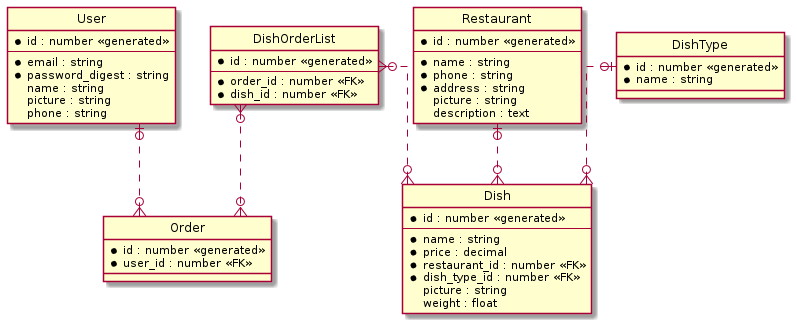
The PlantUML diagram diagrams/database.png in bozhenaboichuk/Lunch, before a commit. Source of this version:
```plantuml
@startuml

hide circle

skinparam linetype ortho

entity User {
	* id : number <<generated>>
	--
	* email : string
	* password_digest : string
	name : string
	picture : string
	phone : string
}

entity Restaurant {
	* id : number <<generated>>
	--
	* name : string
	* phone : string
	* address : string
	picture : string
	description : text
}

entity Dish {
	* id : number <<generated>>
	--
	* name : string
	* price : decimal
	* restaurant_id : number <<FK>>
	* dish_type_id : number <<FK>>
	picture : string
	weight : float
}

entity DishType {
	* id : number <<generated>>
	* name : string
}

entity Order {
	* id : number <<generated>>
	* user_id : number <<FK>>
}

entity DishOrderList {
	* id : number <<generated>>
	--
	* order_id : number <<FK>>
	* dish_id : number <<FK>>
}

Restaurant |o..o{ Dish
DishType |o..o{ Dish
User |o..o{ Order
DishOrderList }o..o{ Order
DishOrderList }o..o{ Dish

@enduml
```
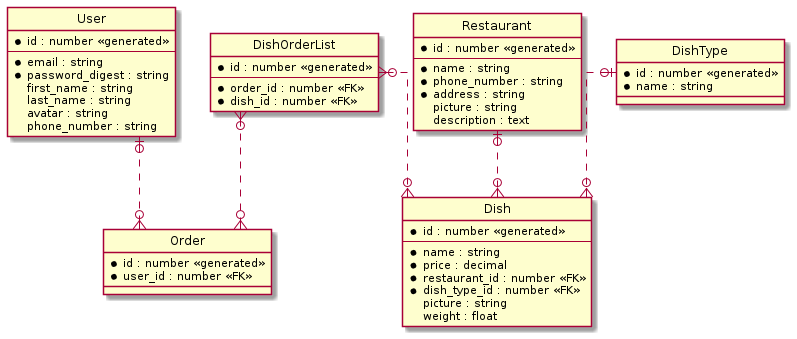
Later version of the same file.

Commit message:
update database diagram

The edit, as a diff of the source:
```diff
@@ -9,16 +9,17 @@
 	--
 	* email : string
 	* password_digest : string
-	name : string
-	picture : string
-	phone : string
+	first_name : string
+	last_name : string
+	avatar : string
+	phone_number : string
 }
 
 entity Restaurant {
 	* id : number <<generated>>
 	--
 	* name : string
-	* phone : string
+	* phone_number : string
 	* address : string
 	picture : string
 	description : text
```
